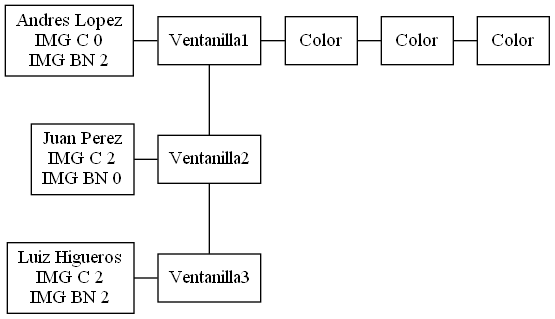
Earlier version of the Graphviz export Fase1/listaVentanillas.png (d-acetun/simulacion-sistema-impresion-de-imagenes). Its source is kept beside it as Fase1/listaVentanillas.dot.
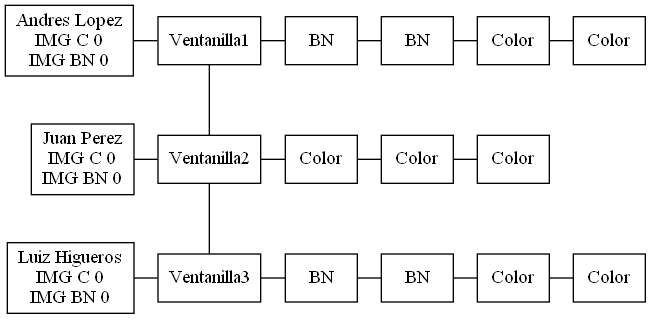
The same diagram one commit later.

Commit message:
Se hizo la funcion de conectar los nodos de la lista de ventanillas

What changed in the source:
```diff
@@ -4,25 +4,49 @@
 0 [label=Ventanilla1]
 1 [label=Ventanilla2]
 2 [label=Ventanilla3]
-3 [label="Andres Lopez\nIMG C 0\nIMG BN 2"]
-4 [label=Color]
-5 [label=Color]
+3 [label="Andres Lopez\nIMG C 0\nIMG BN 0"]
+4 [label=BN]
+5 [label=BN]
 6 [label=Color]
-7 [label="Juan Perez\nIMG C 2\nIMG BN 0"]
-8 [label="Luiz Higueros\nIMG C 2\nIMG BN 2"]
+7 [label=Color]
+8 [label="Juan Perez\nIMG C 0\nIMG BN 0"]
+9 [label=Color]
+10 [label=Color]
+11 [label=Color]
+12 [label="Luiz Higueros\nIMG C 0\nIMG BN 0"]
+13 [label=BN]
+14 [label=BN]
+15 [label=Color]
+16 [label=Color]
 0->1
 1->2
 3->0
 0->4
 4->5
 5->6
-7->1
-8->2
+6->7
+8->1
+1->9
+9->10
+10->11
+12->2
+2->13
+13->14
+14->15
+15->16
 {rank=same; 3; 0}
 {rank=same; 4; 0}
 {rank=same; 4; 5}
 {rank=same; 5; 6}
-{rank=same; 7; 1}
-{rank=same; 8; 2}
+{rank=same; 6; 7}
+{rank=same; 8; 1}
+{rank=same; 9; 1}
+{rank=same; 9; 10}
+{rank=same; 10; 11}
+{rank=same; 12; 2}
+{rank=same; 13; 2}
+{rank=same; 13; 14}
+{rank=same; 14; 15}
+{rank=same; 15; 16}
 rankdir=TB
 }
```
